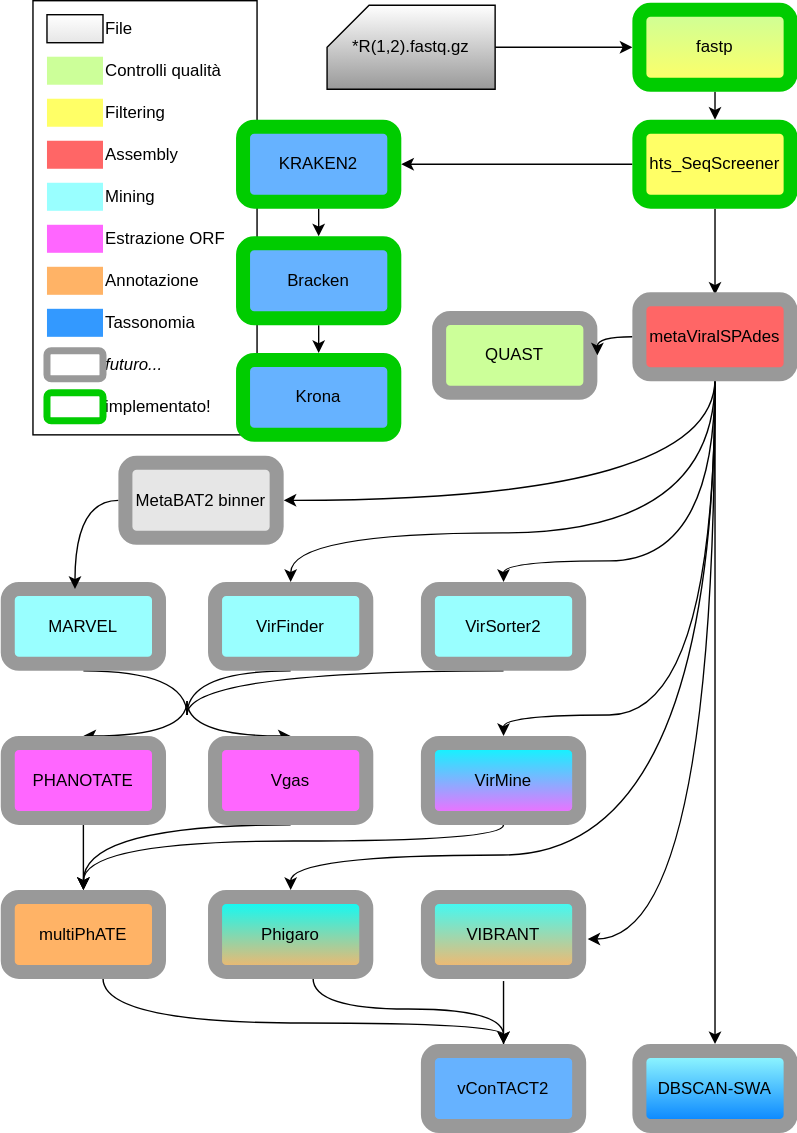
Earlier version of the draw.io export slides/pipeline_2020_11_18.drawio.svg (MattiaPandolfoVR/MetaPhage). Source tidied: cells renumbered, new cells last; positions are measured from the earlier drawing's top-left corner, leaving out a move shared by most shapes.
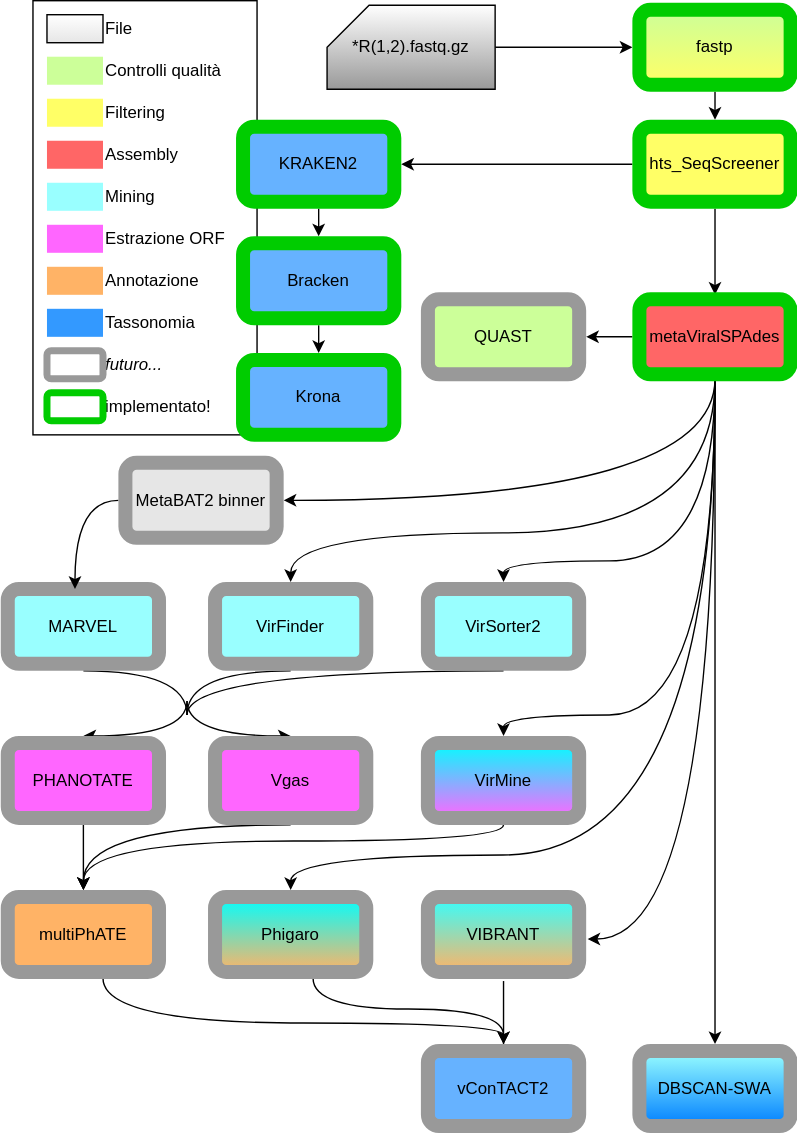
After the change.

Change to the diagram source:
```diff
@@ -225,7 +225,7 @@
       </mxGeometry>
     </mxCell>
     <mxCell id="52" value="QUAST" style="rounded=1;whiteSpace=wrap;html=10;shadow=0;strokeWidth=10;perimeterSpacing=5;sketch=0;glass=0;strokeColor=#999999;fillColor=#CCFF99;" parent="1" vertex="1">
-      <mxGeometry x="308" y="226.5" width="108" height="53.5" as="geometry" />
+      <mxGeometry x="300" y="213.2" width="108" height="53.5" as="geometry" />
     </mxCell>
     <mxCell id="53" style="edgeStyle=orthogonalEdgeStyle;rounded=0;jettySize=auto;html=1;exitX=0.5;exitY=1;exitDx=0;exitDy=0;entryX=0.5;entryY=0;entryDx=0;entryDy=0;" parent="1" edge="1" source="54" target="68">
       <mxGeometry relative="1" as="geometry" />
@@ -252,10 +252,10 @@
         </Array>
       </mxGeometry>
     </mxCell>
-    <mxCell id="59" style="edgeStyle=orthogonalEdgeStyle;curved=1;rounded=0;jettySize=auto;html=1;exitX=0;exitY=0.5;exitDx=0;exitDy=0;entryX=1;entryY=0.5;entryDx=0;entryDy=0;endArrow=classic;endFill=1;" parent="1" edge="1" source="60" target="52">
+    <mxCell id="59" style="edgeStyle=orthogonalEdgeStyle;rounded=0;jettySize=auto;html=1;exitX=0;exitY=0.5;exitDx=0;exitDy=0;entryX=1;entryY=0.5;entryDx=0;entryDy=0;" parent="1" edge="1" source="60" target="52">
       <mxGeometry relative="1" as="geometry" />
     </mxCell>
-    <mxCell id="60" value="metaViralSPAdes" style="rounded=1;whiteSpace=wrap;html=10;shadow=0;strokeWidth=10;perimeterSpacing=5;sketch=0;glass=0;fillColor=#FF6666;strokeColor=#999999;" parent="1" vertex="1">
+    <mxCell id="60" value="metaViralSPAdes" style="rounded=1;whiteSpace=wrap;html=10;shadow=0;strokeWidth=10;perimeterSpacing=5;sketch=0;glass=0;fillColor=#FF6666;strokeColor=#00CC00;" parent="1" vertex="1">
       <mxGeometry x="451" y="213.2" width="108" height="53.5" as="geometry" />
     </mxCell>
     <mxCell id="61" value="&amp;nbsp; implementato!" style="text;html=1;strokeColor=none;fillColor=none;align=left;verticalAlign=middle;whiteSpace=wrap;rounded=0;" parent="1" vertex="1">
```
